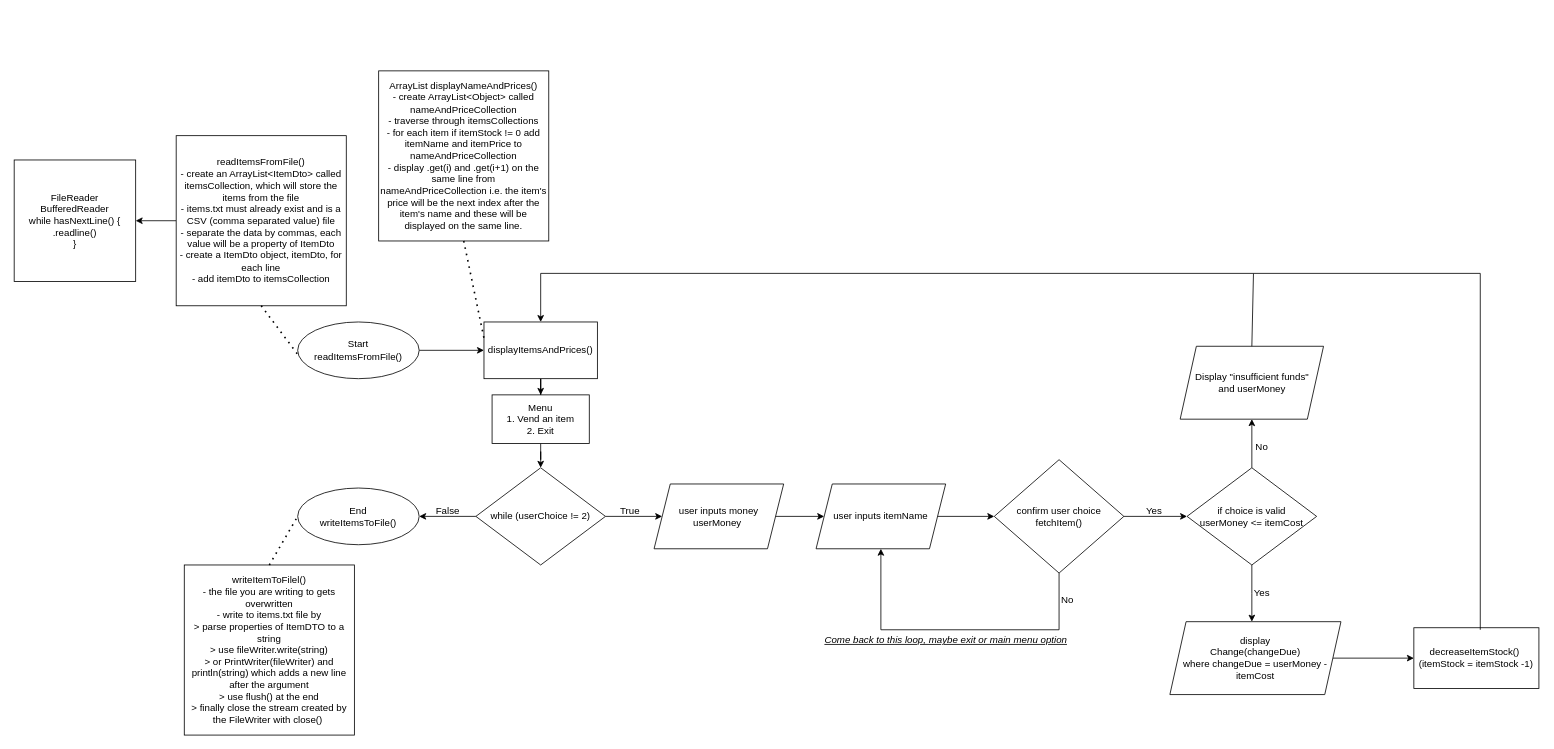
Above: diagrams/vending-machine-design.drawio in tuulaflynn/vending-machine (draw.io), before the change. Source tidied: cells renumbered, new cells numbered last; positions are measured from the earlier drawing's top-left corner, leaving out a move shared by most shapes. Both pictures are drawn from the tidied source at 81%, with x=0, y=0 at pixel (14, 70).
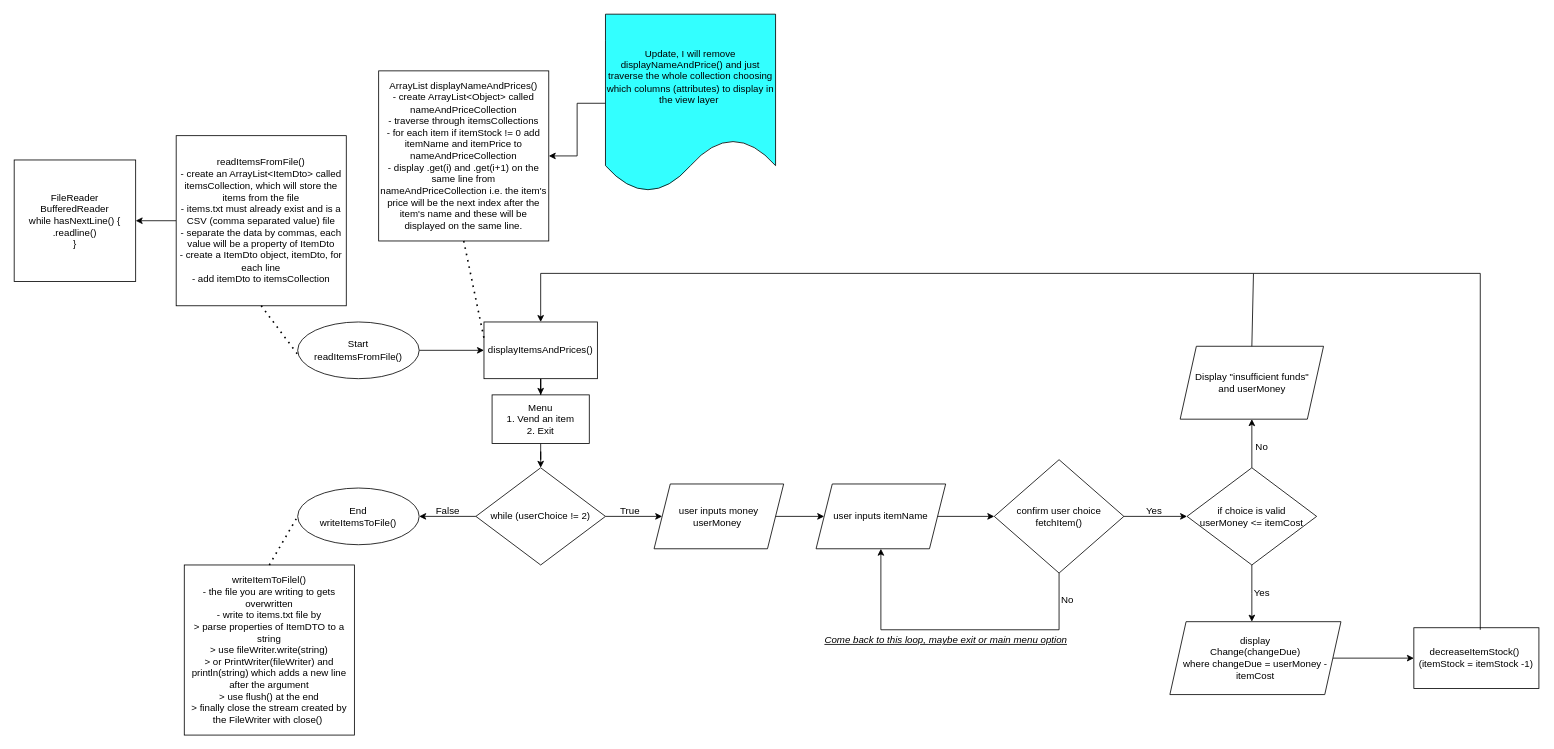
After the change.

The change refers to these unchanged cells:
```xml
<mxCell id="6" value="ArrayList displayNameAndPrices()&lt;br&gt;- create ArrayList&amp;lt;Object&amp;gt; called nameAndPriceCollection&lt;br&gt;- traverse through itemsCollections&lt;br&gt;- for each item if itemStock != 0 add itemName and itemPrice to nameAndPriceCollection&lt;br&gt;- display .get(i) and .get(i+1) on the same line from nameAndPriceCollection i.e. the item's price will be the next index after the item's name and these will be displayed on the same line." style="whiteSpace=wrap;html=1;" parent="1" vertex="1">
  <mxGeometry x="450" width="210" height="210" as="geometry" />
</mxCell>
```

Change to the diagram source:
```diff
@@
+    <mxCell id="43" style="edgeStyle=orthogonalEdgeStyle;rounded=0;jettySize=auto;html=1;" parent="1" edge="1" source="44" target="6">
+      <mxGeometry relative="1" as="geometry" />
+    </mxCell>
+    <mxCell id="44" value="Update, I will remove displayNameAndPrice() and just traverse the whole collection choosing which columns (attributes) to display in the view layer&amp;nbsp;" style="shape=document;whiteSpace=wrap;html=1;boundedLbl=1;fillColor=#33FFFF;" parent="1" vertex="1">
+      <mxGeometry x="730" y="-70" width="210" height="220" as="geometry" />
+    </mxCell>
```
